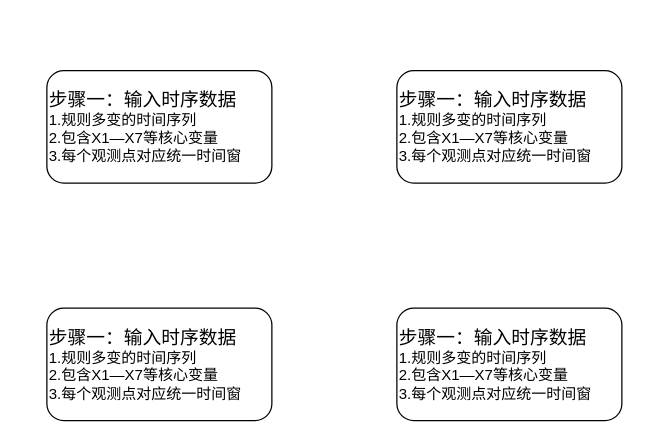
Earlier version of the draw.io diagram 未命名绘图.drawio (suerzzh/Social-Media-Event-Propagation-Analysis-Based-on-Causal-Inference). Source tidied: cells renumbered, new cells numbered last; positions are measured from the earlier drawing's top-left corner, leaving out a move shared by most shapes. Both pictures are drawn from the tidied source at 125%, with x=0, y=0 at pixel (46, 70).
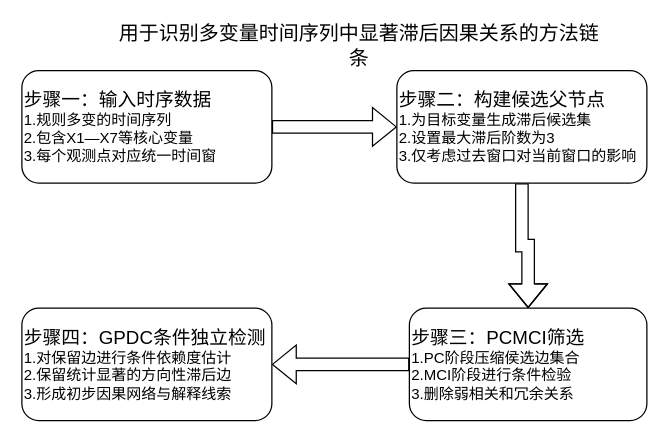
The same page after the edit.

Commit message (it also covers changes not shown here):
更新未命名绘图.drawio

Change to the diagram source:
```diff
@@
 <mxGraphModel>
   <root>
     <mxCell id="0" />
     <mxCell id="1" parent="0" />
+    <mxCell id="6" style="edgeStyle=orthogonalEdgeStyle;rounded=0;jettySize=auto;html=1;shape=flexArrow;" parent="1" edge="1" source="2" target="3">
+      <mxGeometry relative="1" as="geometry" />
+    </mxCell>
     <mxCell id="2" value="&lt;font style=&quot;font-size: 15px;&quot;&gt;步骤一：输入时序数据&lt;/font&gt;&lt;div&gt;1.规则多变的时间序列&lt;/div&gt;&lt;div&gt;2.包含X1—X7等核心变量&lt;/div&gt;&lt;div&gt;3.每个观测点对应统一时间窗&lt;/div&gt;" style="rounded=1;whiteSpace=wrap;html=1;align=left;" parent="1" vertex="1">
-      <mxGeometry width="180" height="90" as="geometry" />
+      <mxGeometry x="-20" width="200" height="90" as="geometry" />
     </mxCell>
+    <mxCell id="7" style="edgeStyle=orthogonalEdgeStyle;rounded=0;jettySize=auto;html=1;shape=flexArrow;" parent="1" edge="1" source="3" target="4">
+      <mxGeometry relative="1" as="geometry" />
+    </mxCell>
-    <mxCell id="3" value="&lt;font style=&quot;font-size: 15px;&quot;&gt;步骤一：输入时序数据&lt;/font&gt;&lt;div&gt;1.规则多变的时间序列&lt;/div&gt;&lt;div&gt;2.包含X1—X7等核心变量&lt;/div&gt;&lt;div&gt;3.每个观测点对应统一时间窗&lt;/div&gt;" style="rounded=1;whiteSpace=wrap;html=1;align=left;" parent="1" vertex="1">
-      <mxGeometry x="280" width="180" height="90" as="geometry" />
+    <mxCell id="3" value="&lt;font style=&quot;font-size: 15px;&quot;&gt;步骤二：构建候选父节点&lt;/font&gt;&lt;div&gt;1.为目标变量生成滞后候选集&lt;/div&gt;&lt;div&gt;2.设置最大滞后阶数为3&lt;/div&gt;&lt;div&gt;3.仅考虑过去窗口对当前窗口的影响&lt;/div&gt;" style="rounded=1;whiteSpace=wrap;html=1;align=left;" parent="1" vertex="1">
+      <mxGeometry x="280" width="200" height="90" as="geometry" />
     </mxCell>
+    <mxCell id="8" style="edgeStyle=orthogonalEdgeStyle;rounded=0;jettySize=auto;html=1;shape=flexArrow;" parent="1" edge="1" source="4" target="5">
+      <mxGeometry relative="1" as="geometry" />
+    </mxCell>
-    <mxCell id="4" value="&lt;font style=&quot;font-size: 15px;&quot;&gt;步骤一：输入时序数据&lt;/font&gt;&lt;div&gt;1.规则多变的时间序列&lt;/div&gt;&lt;div&gt;2.包含X1—X7等核心变量&lt;/div&gt;&lt;div&gt;3.每个观测点对应统一时间窗&lt;/div&gt;" style="rounded=1;whiteSpace=wrap;html=1;align=left;" parent="1" vertex="1">
-      <mxGeometry x="280" y="190" width="180" height="90" as="geometry" />
+    <mxCell id="4" value="&lt;font style=&quot;font-size: 15px;&quot;&gt;步骤三：PCMCI筛选&lt;/font&gt;&lt;div&gt;1.PC阶段压缩侯选边集合&lt;/div&gt;&lt;div&gt;2.MCI阶段进行条件检验&lt;/div&gt;&lt;div&gt;3.删除弱相关和冗余关系&lt;/div&gt;" style="rounded=1;whiteSpace=wrap;html=1;align=left;" parent="1" vertex="1">
+      <mxGeometry x="290" y="190" width="190" height="90" as="geometry" />
     </mxCell>
-    <mxCell id="5" value="&lt;font style=&quot;font-size: 15px;&quot;&gt;步骤一：输入时序数据&lt;/font&gt;&lt;div&gt;1.规则多变的时间序列&lt;/div&gt;&lt;div&gt;2.包含X1—X7等核心变量&lt;/div&gt;&lt;div&gt;3.每个观测点对应统一时间窗&lt;/div&gt;" style="rounded=1;whiteSpace=wrap;html=1;align=left;" parent="1" vertex="1">
-      <mxGeometry y="190" width="180" height="90" as="geometry" />
+    <mxCell id="5" value="&lt;font style=&quot;font-size: 15px;&quot;&gt;步骤四：GPDC条件独立检测&lt;/font&gt;&lt;div&gt;1.对保留边进行条件依赖度估计&lt;/div&gt;&lt;div&gt;2.保留统计显著的方向性滞后边&lt;/div&gt;&lt;div&gt;3.形成初步因果网络与解释线索&lt;/div&gt;" style="rounded=1;whiteSpace=wrap;html=1;align=left;" parent="1" vertex="1">
+      <mxGeometry x="-20" y="190" width="200" height="90" as="geometry" />
     </mxCell>
+    <mxCell id="9" value="&lt;font style=&quot;font-size: 16px;&quot;&gt;用于识别多变量时间序列中显著滞后因果关系的方法链条&lt;/font&gt;" style="rounded=1;whiteSpace=wrap;html=1;strokeColor=none;" parent="1" vertex="1">
+      <mxGeometry x="50" y="-30" width="400" height="20" as="geometry" />
+    </mxCell>
   </root>
 </mxGraphModel>
```
